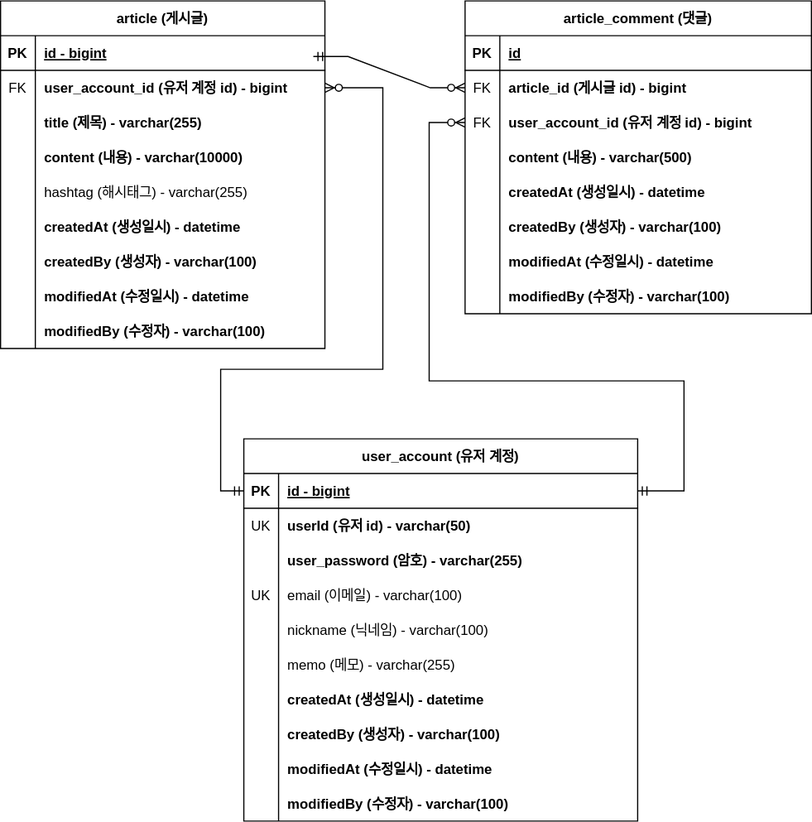
This is document/23.08.13 - domain.drawio.svg from creedboygit/springboot-board, a draw.io export, as it was before one commit. Source tidied: cells renumbered, new cells last; positions are measured from the earlier drawing's top-left corner, leaving out a move shared by most shapes.
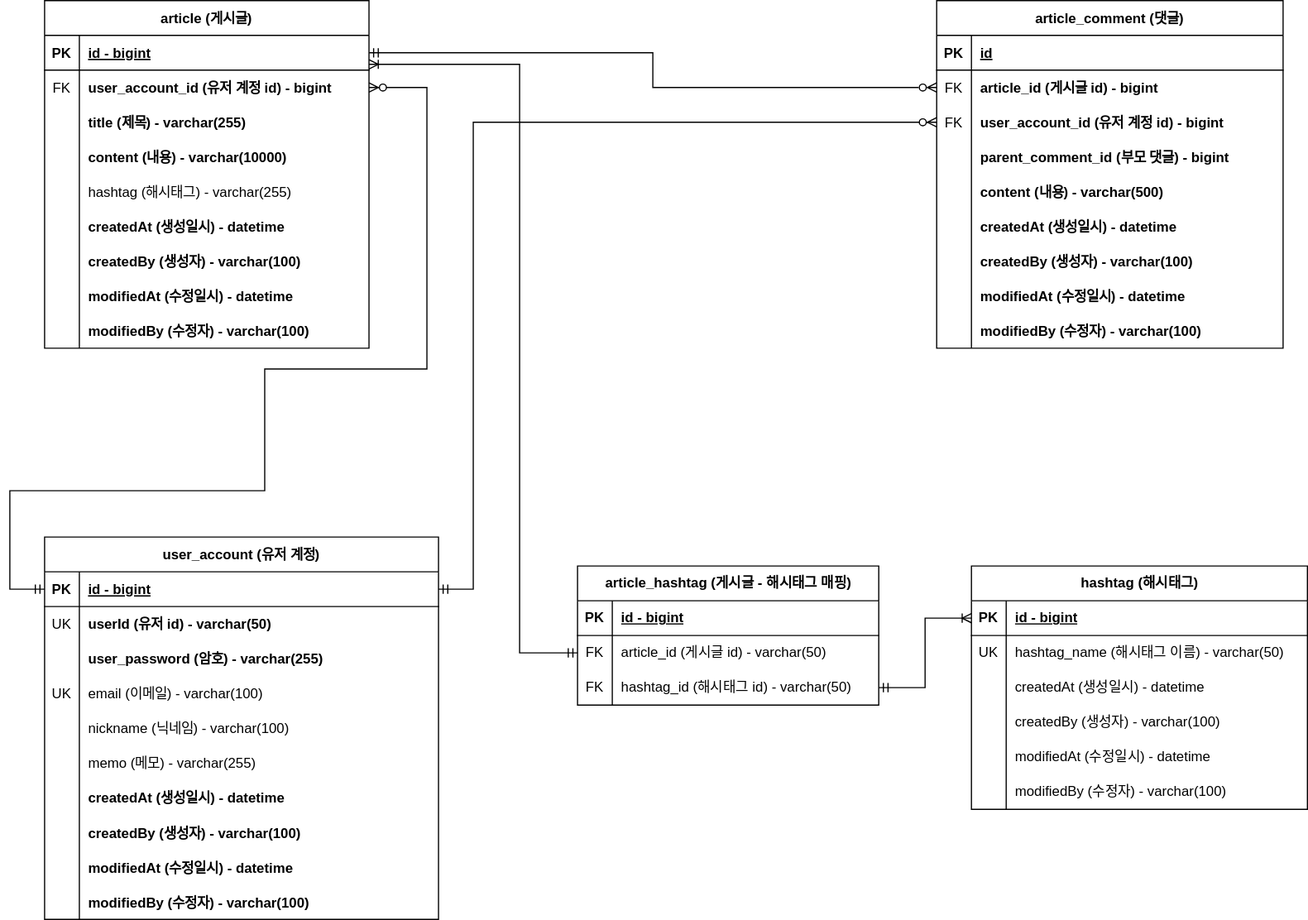
The same file after the commit.

What changed in the source:
```diff
@@ -87,7 +87,7 @@
       <mxGeometry x="30" width="250" height="30" as="geometry" />
     </mxCell>
     <mxCell id="30" value="article_comment (댓글)" style="shape=table;startSize=30;rowLines=0;fontStyle=1;align=center;" parent="1" vertex="1">
-      <mxGeometry x="401" y="207" width="299" height="270" as="geometry" />
+      <mxGeometry x="770" y="207" width="299" height="300" as="geometry" />
     </mxCell>
     <mxCell id="31" style="shape=partialRectangle;fillColor=none;top=0;left=0;right=0;bottom=1;" parent="30" vertex="1">
       <mxGeometry y="30" width="299" height="30" as="geometry" />
@@ -116,8 +116,17 @@
     <mxCell id="39" value="user_account_id (유저 계정 id) - bigint" style="shape=partialRectangle;overflow=hidden;fillColor=none;top=0;left=0;bottom=0;right=0;align=left;spacingLeft=6;fontStyle=1;" parent="37" vertex="1">
       <mxGeometry x="30" width="269" height="30" as="geometry" />
     </mxCell>
+    <mxCell id="89" style="shape=partialRectangle;fillColor=none;top=0;left=0;right=0;bottom=0;" parent="30" vertex="1">
+      <mxGeometry y="120" width="299" height="30" as="geometry" />
+    </mxCell>
+    <mxCell id="90" style="shape=partialRectangle;overflow=hidden;fillColor=none;top=0;left=0;bottom=0;right=0;" parent="89" vertex="1">
+      <mxGeometry width="30" height="30" as="geometry" />
+    </mxCell>
+    <mxCell id="91" value="parent_comment_id (부모 댓글) - bigint" style="shape=partialRectangle;overflow=hidden;fillColor=none;top=0;left=0;bottom=0;right=0;align=left;spacingLeft=6;fontStyle=1;" parent="89" vertex="1">
+      <mxGeometry x="30" width="269" height="30" as="geometry" />
+    </mxCell>
     <mxCell id="40" style="shape=partialRectangle;fillColor=none;top=0;left=0;right=0;bottom=0;" parent="30" vertex="1">
-      <mxGeometry y="120" width="299" height="30" as="geometry" />
+      <mxGeometry y="150" width="299" height="30" as="geometry" />
     </mxCell>
     <mxCell id="41" style="shape=partialRectangle;overflow=hidden;fillColor=none;top=0;left=0;bottom=0;right=0;" parent="40" vertex="1">
       <mxGeometry width="30" height="30" as="geometry" />
@@ -126,7 +135,7 @@
       <mxGeometry x="30" width="269" height="30" as="geometry" />
     </mxCell>
     <mxCell id="43" style="shape=partialRectangle;fillColor=none;top=0;left=0;right=0;bottom=0;" parent="30" vertex="1">
-      <mxGeometry y="150" width="299" height="30" as="geometry" />
+      <mxGeometry y="180" width="299" height="30" as="geometry" />
     </mxCell>
     <mxCell id="44" style="shape=partialRectangle;overflow=hidden;fillColor=none;top=0;left=0;bottom=0;right=0;" parent="43" vertex="1">
       <mxGeometry width="30" height="30" as="geometry" />
@@ -135,7 +144,7 @@
       <mxGeometry x="30" width="269" height="30" as="geometry" />
     </mxCell>
     <mxCell id="46" style="shape=partialRectangle;fillColor=none;top=0;left=0;right=0;bottom=0;" parent="30" vertex="1">
-      <mxGeometry y="180" width="299" height="30" as="geometry" />
+      <mxGeometry y="210" width="299" height="30" as="geometry" />
     </mxCell>
     <mxCell id="47" style="shape=partialRectangle;overflow=hidden;fillColor=none;top=0;left=0;bottom=0;right=0;" parent="46" vertex="1">
       <mxGeometry width="30" height="30" as="geometry" />
@@ -144,7 +153,7 @@
       <mxGeometry x="30" width="269" height="30" as="geometry" />
     </mxCell>
     <mxCell id="49" style="shape=partialRectangle;fillColor=none;top=0;left=0;right=0;bottom=0;" parent="30" vertex="1">
-      <mxGeometry y="210" width="299" height="30" as="geometry" />
+      <mxGeometry y="240" width="299" height="30" as="geometry" />
     </mxCell>
     <mxCell id="50" style="shape=partialRectangle;overflow=hidden;fillColor=none;top=0;left=0;bottom=0;right=0;" parent="49" vertex="1">
       <mxGeometry width="30" height="30" as="geometry" />
@@ -153,7 +162,7 @@
       <mxGeometry x="30" width="269" height="30" as="geometry" />
     </mxCell>
     <mxCell id="52" style="shape=partialRectangle;fillColor=none;top=0;left=0;right=0;bottom=0;" parent="30" vertex="1">
-      <mxGeometry y="240" width="299" height="30" as="geometry" />
+      <mxGeometry y="270" width="299" height="30" as="geometry" />
     </mxCell>
     <mxCell id="53" style="shape=partialRectangle;overflow=hidden;fillColor=none;top=0;left=0;bottom=0;right=0;" parent="52" vertex="1">
       <mxGeometry width="30" height="30" as="geometry" />
@@ -161,17 +170,8 @@
     <mxCell id="54" value="modifiedBy (수정자) - varchar(100)" style="shape=partialRectangle;overflow=hidden;fillColor=none;top=0;left=0;bottom=0;right=0;align=left;spacingLeft=6;fontStyle=1;" parent="52" vertex="1">
       <mxGeometry x="30" width="269" height="30" as="geometry" />
     </mxCell>
-    <mxCell id="55" style="edgeStyle=entityRelationEdgeStyle;fontSize=12;html=1;endArrow=ERzeroToMany;startArrow=ERmandOne;rounded=0;exitX=1;exitY=0.5;exitDx=0;exitDy=0;entryX=0;entryY=0.5;entryDx=0;entryDy=0;" parent="1" edge="1" target="34">
-      <mxGeometry relative="1" as="geometry">
-        <mxPoint x="270" y="255" as="sourcePoint" />
-        <Array as="points">
-          <mxPoint x="20" />
-          <mxPoint x="190" y="150" />
-        </Array>
-      </mxGeometry>
-    </mxCell>
     <mxCell id="56" value="user_account (유저 계정)" style="shape=table;startSize=30;rowLines=0;fontStyle=1;align=center;" parent="1" vertex="1">
-      <mxGeometry x="210" y="585" width="340" height="330" as="geometry" />
+      <mxGeometry y="670" width="340" height="330" as="geometry" />
     </mxCell>
     <mxCell id="57" style="shape=partialRectangle;fillColor=none;points=[[0,0.5],[1,0.5]];portConstraint=eastwest;top=0;left=0;right=0;bottom=1;" parent="56" vertex="1">
       <mxGeometry y="30" width="340" height="30" as="geometry" />
@@ -266,6 +266,8 @@
     <mxCell id="87" style="edgeStyle=orthogonalEdgeStyle;fontSize=12;html=1;endArrow=ERzeroToMany;startArrow=ERmandOne;rounded=0;exitX=0;exitY=0.5;exitDx=0;exitDy=0;entryX=1;entryY=0.5;entryDx=0;entryDy=0;" parent="1" edge="1" source="57" target="6">
       <mxGeometry relative="1" as="geometry">
         <Array as="points">
+          <mxPoint x="-30" y="715" />
+          <mxPoint x="-30" y="630" />
           <mxPoint x="190" y="630" />
           <mxPoint x="190" y="525" />
           <mxPoint x="330" y="525" />
@@ -276,12 +278,116 @@
     <mxCell id="88" style="edgeStyle=orthogonalEdgeStyle;fontSize=12;html=1;endArrow=ERzeroToMany;startArrow=ERmandOne;rounded=0;exitX=1;exitY=0.5;exitDx=0;exitDy=0;" parent="1" edge="1" source="57" target="37">
       <mxGeometry relative="1" as="geometry">
         <Array as="points">
-          <mxPoint x="590" y="630" />
-          <mxPoint x="590" y="535" />
-          <mxPoint x="370" y="535" />
+          <mxPoint x="370" y="715" />
           <mxPoint x="370" y="312" />
         </Array>
       </mxGeometry>
     </mxCell>
+    <mxCell id="92" value="hashtag (해시태그)" style="shape=table;startSize=30;rowLines=0;fontStyle=1;align=center;html=1;" parent="1" vertex="1">
+      <mxGeometry x="800" y="695" width="290" height="210" as="geometry" />
+    </mxCell>
+    <mxCell id="93" style="shape=tableRow;horizontal=0;startSize=0;swimlaneHead=0;swimlaneBody=0;fillColor=none;points=[[0,0.5],[1,0.5]];portConstraint=eastwest;top=0;left=0;right=0;bottom=1;" parent="92" vertex="1">
+      <mxGeometry y="30" width="290" height="30" as="geometry" />
+    </mxCell>
+    <mxCell id="94" value="PK" style="shape=partialRectangle;fillColor=none;top=0;left=0;bottom=0;right=0;fontStyle=1;overflow=hidden;whiteSpace=wrap;html=1;" parent="93" vertex="1">
+      <mxGeometry width="30" height="30" as="geometry" />
+    </mxCell>
+    <mxCell id="95" value="id - bigint" style="shape=partialRectangle;fillColor=none;top=0;left=0;bottom=0;right=0;align=left;spacingLeft=6;fontStyle=5;overflow=hidden;whiteSpace=wrap;html=1;" parent="93" vertex="1">
+      <mxGeometry x="30" width="260" height="30" as="geometry" />
+    </mxCell>
+    <mxCell id="96" style="shape=tableRow;horizontal=0;startSize=0;swimlaneHead=0;swimlaneBody=0;fillColor=none;top=0;left=0;right=0;bottom=0;" parent="92" vertex="1">
+      <mxGeometry y="60" width="290" height="30" as="geometry" />
+    </mxCell>
+    <mxCell id="97" value="UK" style="shape=partialRectangle;fillColor=none;top=0;left=0;bottom=0;right=0;overflow=hidden;whiteSpace=wrap;html=1;" parent="96" vertex="1">
+      <mxGeometry width="30" height="30" as="geometry" />
+    </mxCell>
+    <mxCell id="98" value="hashtag_name (해시태그 이름) - varchar(50)" style="shape=partialRectangle;fillColor=none;top=0;left=0;bottom=0;right=0;align=left;spacingLeft=6;overflow=hidden;whiteSpace=wrap;html=1;" parent="96" vertex="1">
+      <mxGeometry x="30" width="260" height="30" as="geometry" />
+    </mxCell>
+    <mxCell id="99" style="shape=tableRow;horizontal=0;startSize=0;swimlaneHead=0;swimlaneBody=0;fillColor=none;top=0;left=0;right=0;bottom=0;" parent="92" vertex="1">
+      <mxGeometry y="90" width="290" height="30" as="geometry" />
+    </mxCell>
+    <mxCell id="100" style="shape=partialRectangle;fillColor=none;top=0;left=0;bottom=0;right=0;overflow=hidden;whiteSpace=wrap;html=1;" parent="99" vertex="1">
+      <mxGeometry width="30" height="30" as="geometry" />
+    </mxCell>
+    <mxCell id="101" value="createdAt (생성일시) - datetime" style="shape=partialRectangle;fillColor=none;top=0;left=0;bottom=0;right=0;align=left;spacingLeft=6;overflow=hidden;whiteSpace=wrap;html=1;" parent="99" vertex="1">
+      <mxGeometry x="30" width="260" height="30" as="geometry" />
+    </mxCell>
+    <mxCell id="102" style="shape=tableRow;horizontal=0;startSize=0;swimlaneHead=0;swimlaneBody=0;fillColor=none;top=0;left=0;right=0;bottom=0;" parent="92" vertex="1">
+      <mxGeometry y="120" width="290" height="30" as="geometry" />
+    </mxCell>
+    <mxCell id="103" style="shape=partialRectangle;fillColor=none;top=0;left=0;bottom=0;right=0;overflow=hidden;whiteSpace=wrap;html=1;" parent="102" vertex="1">
+      <mxGeometry width="30" height="30" as="geometry" />
+    </mxCell>
+    <mxCell id="104" value="createdBy (생성자) - varchar(100)" style="shape=partialRectangle;fillColor=none;top=0;left=0;bottom=0;right=0;align=left;spacingLeft=6;overflow=hidden;whiteSpace=wrap;html=1;" parent="102" vertex="1">
+      <mxGeometry x="30" width="260" height="30" as="geometry" />
+    </mxCell>
+    <mxCell id="105" style="shape=tableRow;horizontal=0;startSize=0;swimlaneHead=0;swimlaneBody=0;fillColor=none;top=0;left=0;right=0;bottom=0;" parent="92" vertex="1">
+      <mxGeometry y="150" width="290" height="30" as="geometry" />
+    </mxCell>
+    <mxCell id="106" style="shape=partialRectangle;fillColor=none;top=0;left=0;bottom=0;right=0;overflow=hidden;whiteSpace=wrap;html=1;" parent="105" vertex="1">
+      <mxGeometry width="30" height="30" as="geometry" />
+    </mxCell>
+    <mxCell id="107" value="modifiedAt (수정일시) - datetime" style="shape=partialRectangle;fillColor=none;top=0;left=0;bottom=0;right=0;align=left;spacingLeft=6;overflow=hidden;whiteSpace=wrap;html=1;" parent="105" vertex="1">
+      <mxGeometry x="30" width="260" height="30" as="geometry" />
+    </mxCell>
+    <mxCell id="108" style="shape=tableRow;horizontal=0;startSize=0;swimlaneHead=0;swimlaneBody=0;fillColor=none;top=0;left=0;right=0;bottom=0;" parent="92" vertex="1">
+      <mxGeometry y="180" width="290" height="30" as="geometry" />
+    </mxCell>
+    <mxCell id="109" style="shape=partialRectangle;fillColor=none;top=0;left=0;bottom=0;right=0;overflow=hidden;whiteSpace=wrap;html=1;" parent="108" vertex="1">
+      <mxGeometry width="30" height="30" as="geometry" />
+    </mxCell>
+    <mxCell id="110" value="modifiedBy (수정자) - varchar(100)" style="shape=partialRectangle;fillColor=none;top=0;left=0;bottom=0;right=0;align=left;spacingLeft=6;overflow=hidden;whiteSpace=wrap;html=1;" parent="108" vertex="1">
+      <mxGeometry x="30" width="260" height="30" as="geometry" />
+    </mxCell>
+    <mxCell id="111" value="article_hashtag (게시글 - 해시태그 매핑)" style="shape=table;startSize=30;rowLines=0;fontStyle=1;align=center;html=1;" parent="1" vertex="1">
+      <mxGeometry x="460" y="695" width="260" height="120" as="geometry" />
+    </mxCell>
+    <mxCell id="112" style="shape=tableRow;horizontal=0;startSize=0;swimlaneHead=0;swimlaneBody=0;fillColor=none;top=0;left=0;right=0;bottom=1;" parent="111" vertex="1">
+      <mxGeometry y="30" width="260" height="30" as="geometry" />
+    </mxCell>
+    <mxCell id="113" value="PK" style="shape=partialRectangle;fillColor=none;top=0;left=0;bottom=0;right=0;fontStyle=1;overflow=hidden;whiteSpace=wrap;html=1;" parent="112" vertex="1">
+      <mxGeometry width="30" height="30" as="geometry" />
+    </mxCell>
+    <mxCell id="114" value="id - bigint" style="shape=partialRectangle;fillColor=none;top=0;left=0;bottom=0;right=0;align=left;spacingLeft=6;fontStyle=5;overflow=hidden;whiteSpace=wrap;html=1;" parent="112" vertex="1">
+      <mxGeometry x="30" width="230" height="30" as="geometry" />
+    </mxCell>
+    <mxCell id="115" style="shape=tableRow;horizontal=0;startSize=0;swimlaneHead=0;swimlaneBody=0;fillColor=none;points=[[0,0.5],[1,0.5]];portConstraint=eastwest;top=0;left=0;right=0;bottom=0;" parent="111" vertex="1">
+      <mxGeometry y="60" width="260" height="30" as="geometry" />
+    </mxCell>
+    <mxCell id="116" value="FK" style="shape=partialRectangle;fillColor=none;top=0;left=0;bottom=0;right=0;overflow=hidden;whiteSpace=wrap;html=1;" parent="115" vertex="1">
+      <mxGeometry width="30" height="30" as="geometry" />
+    </mxCell>
+    <mxCell id="117" value="article_id (게시글 id) - varchar(50)" style="shape=partialRectangle;fillColor=none;top=0;left=0;bottom=0;right=0;align=left;spacingLeft=6;overflow=hidden;whiteSpace=wrap;html=1;" parent="115" vertex="1">
+      <mxGeometry x="30" width="230" height="30" as="geometry" />
+    </mxCell>
+    <mxCell id="118" style="shape=tableRow;horizontal=0;startSize=0;swimlaneHead=0;swimlaneBody=0;fillColor=none;points=[[0,0.5],[1,0.5]];portConstraint=eastwest;top=0;left=0;right=0;bottom=0;" parent="111" vertex="1">
+      <mxGeometry y="90" width="260" height="30" as="geometry" />
+    </mxCell>
+    <mxCell id="119" value="FK" style="shape=partialRectangle;fillColor=none;top=0;left=0;bottom=0;right=0;overflow=hidden;whiteSpace=wrap;html=1;" parent="118" vertex="1">
+      <mxGeometry width="30" height="30" as="geometry" />
+    </mxCell>
+    <mxCell id="120" value="hashtag_id (해시태그 id) - varchar(50)" style="shape=partialRectangle;fillColor=none;top=0;left=0;bottom=0;right=0;align=left;spacingLeft=6;overflow=hidden;whiteSpace=wrap;html=1;" parent="118" vertex="1">
+      <mxGeometry x="30" width="230" height="30" as="geometry" />
+    </mxCell>
+    <mxCell id="121" style="edgeStyle=orthogonalEdgeStyle;rounded=0;jettySize=auto;html=1;entryX=0;entryY=0.5;entryDx=0;entryDy=0;startArrow=ERoneToMany;startFill=0;endArrow=ERmandOne;endFill=0;exitX=1;exitY=0.833;exitDx=0;exitDy=0;exitPerimeter=0;" parent="1" edge="1" source="3" target="115">
+      <mxGeometry relative="1" as="geometry">
+        <Array as="points">
+          <mxPoint x="410" y="262" />
+          <mxPoint x="410" y="770" />
+        </Array>
+      </mxGeometry>
+    </mxCell>
+    <mxCell id="122" style="edgeStyle=orthogonalEdgeStyle;rounded=0;jettySize=auto;html=1;entryX=0;entryY=0.5;entryDx=0;entryDy=0;startArrow=ERmandOne;startFill=0;endArrow=ERoneToMany;endFill=0;" parent="1" edge="1" source="118" target="93">
+      <mxGeometry relative="1" as="geometry">
+        <Array as="points">
+          <mxPoint x="760" y="800" />
+          <mxPoint x="760" y="740" />
+        </Array>
+      </mxGeometry>
+    </mxCell>
+    <mxCell id="123" style="edgeStyle=orthogonalEdgeStyle;rounded=0;jettySize=auto;html=1;entryX=0;entryY=0.5;entryDx=0;entryDy=0;startArrow=ERmandOne;startFill=0;endArrow=ERzeroToMany;endFill=0;" parent="1" edge="1" source="3" target="34">
+      <mxGeometry relative="1" as="geometry" />
+    </mxCell>
   </root>
 </mxGraphModel>
```
